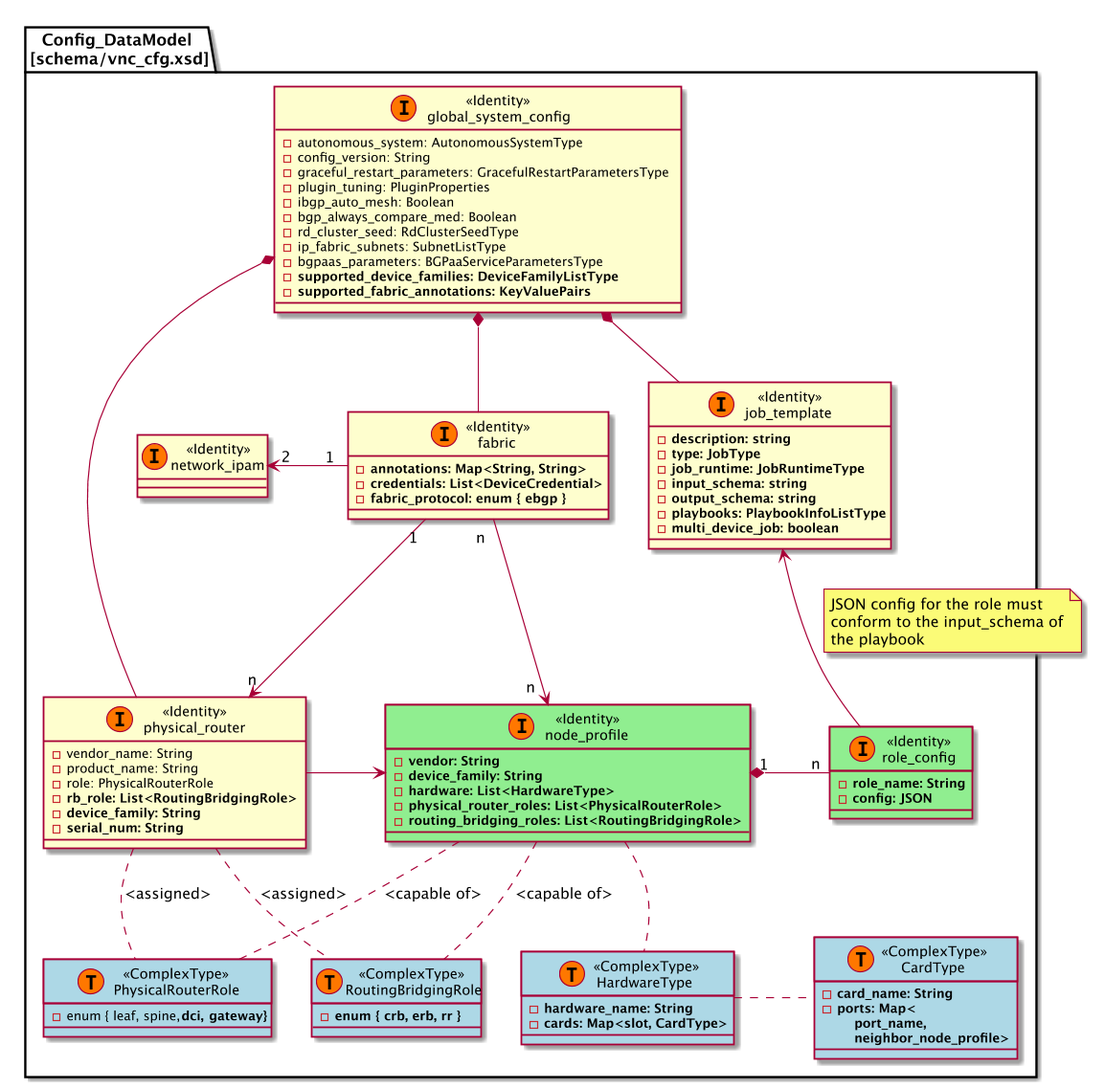
Before: 5.0.1-data-model/images/node_profile.png, a diagram exported from PlantUML (jnpr-tjiang/cfm-data-model). The source it was exported from:
```plantuml
@startuml
package Config_DataModel\n[schema/vnc_cfg.xsd] {

    class global_system_config << (I, #FF7700) Identity>> {
        - autonomous_system: AutonomousSystemType
        - config_version: String
        - graceful_restart_parameters: GracefulRestartParametersType
        - plugin_tuning: PluginProperties
        - ibgp_auto_mesh: Boolean
        - bgp_always_compare_med: Boolean
        - rd_cluster_seed: RdClusterSeedType
        - ip_fabric_subnets: SubnetListType
        - bgpaas_parameters: BGPaaServiceParametersType
        - <b>supported_device_families: DeviceFamilyListType</b>
        - <b>supported_fabric_annotations: KeyValuePairs</b>
    }

    class fabric << (I, #FF7700) Identity>> {
        - <b>annotations: Map<String, String>
        - <b>credentials: List<DeviceCredential>
        - <b>fabric_protocol: enum { ebgp }
    }

    class network_ipam << (I, #FF7700) Identity>> {
    }

    class physical_router << (I, #FF7700) Identity>> {
        - vendor_name: String
        - product_name: String
        - role: PhysicalRouterRole
        - <b>rb_role: List<RoutingBridgingRole>
        - <b>device_family: String</b>
        - <b>serial_num: String</b>
    }

    class node_profile << (I, #FF7700) Identity>> #lightgreen {
        - <b>vendor: String
        - <b>device_family: String
        - <b>hardware: List<HardwareType>
        - <b>physical_router_roles: List<PhysicalRouterRole>
        - <b>routing_bridging_roles: List<RoutingBridgingRole>
    }

    class HardwareType << (T, #FF7700) ComplexType >> #lightblue {
      - <b>hardware_name: String
      - <b>cards: Map<slot, CardType>
    }

    class CardType << (T, #FF7700) ComplexType >> #lightblue {
        - <b>card_name: String
        - <b>ports: Map<
             <b>port_name,
             <b>neighbor_node_profile>
    }

    class PhysicalRouterRole << (T, #FF7700) ComplexType >> #lightblue {
        - enum { leaf, spine, <b>dci, <b>gateway}
    }

    class RoutingBridgingRole << (T, #FF7700) ComplexType >> #lightblue {
        - <b>enum { crb, erb, rr }
    }

    class job_template << (I, #FF7700) Identity>> {
        - <b>description: string
        - <b>type: JobType
        - <b>job_runtime: JobRuntimeType
        - <b>input_schema: string
        - <b>output_schema: string
        - <b>playbooks: PlaybookInfoListType
        - <b>multi_device_job: boolean
    }

    class role_config << (I, #FF7700) Identity>> #lightgreen {
        - <b>role_name: String
        - <b>config: JSON
    }

    global_system_config *-- fabric
    global_system_config *-- job_template
    global_system_config *-- physical_router

    fabric "1" --> "n" physical_router
    fabric "n  " --> "n  " node_profile: "                               "
    physical_router -> node_profile

    job_template <-- role_config
    note on link
    JSON config for the role must
    conform to the input_schema of
    the playbook
    end note

    node_profile "1" *- "n" role_config
    node_profile .. HardwareType
    node_profile .. PhysicalRouterRole: <capable of>
    node_profile .. RoutingBridgingRole: <capable of>

    HardwareType . CardType

    physical_router .. PhysicalRouterRole:  "<assigned>"
    physical_router .. RoutingBridgingRole:  "<assigned>"
    network_ipam " 2     " <- "    1 "fabric


}
@enduml
```
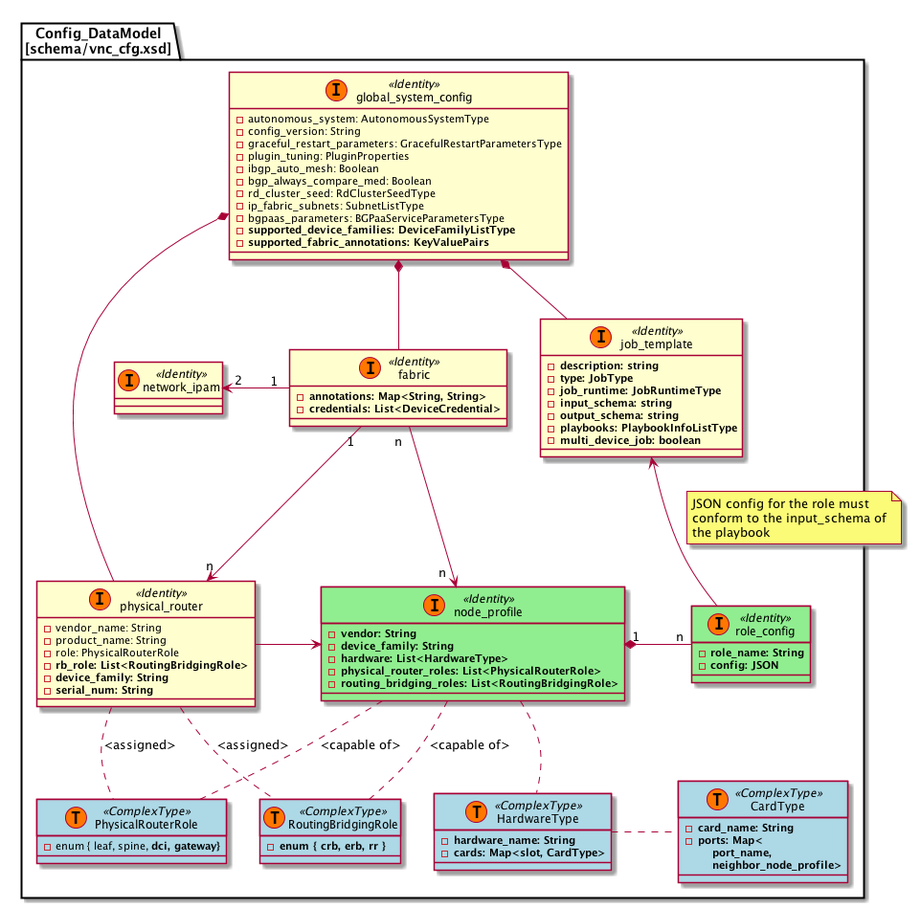
After the change.

What changed in the source:
```diff
@@ -18,7 +18,6 @@
     class fabric << (I, #FF7700) Identity>> {
         - <b>annotations: Map<String, String>
         - <b>credentials: List<DeviceCredential>
-        - <b>fabric_protocol: enum { ebgp }
     }
 
     class network_ipam << (I, #FF7700) Identity>> {
```
